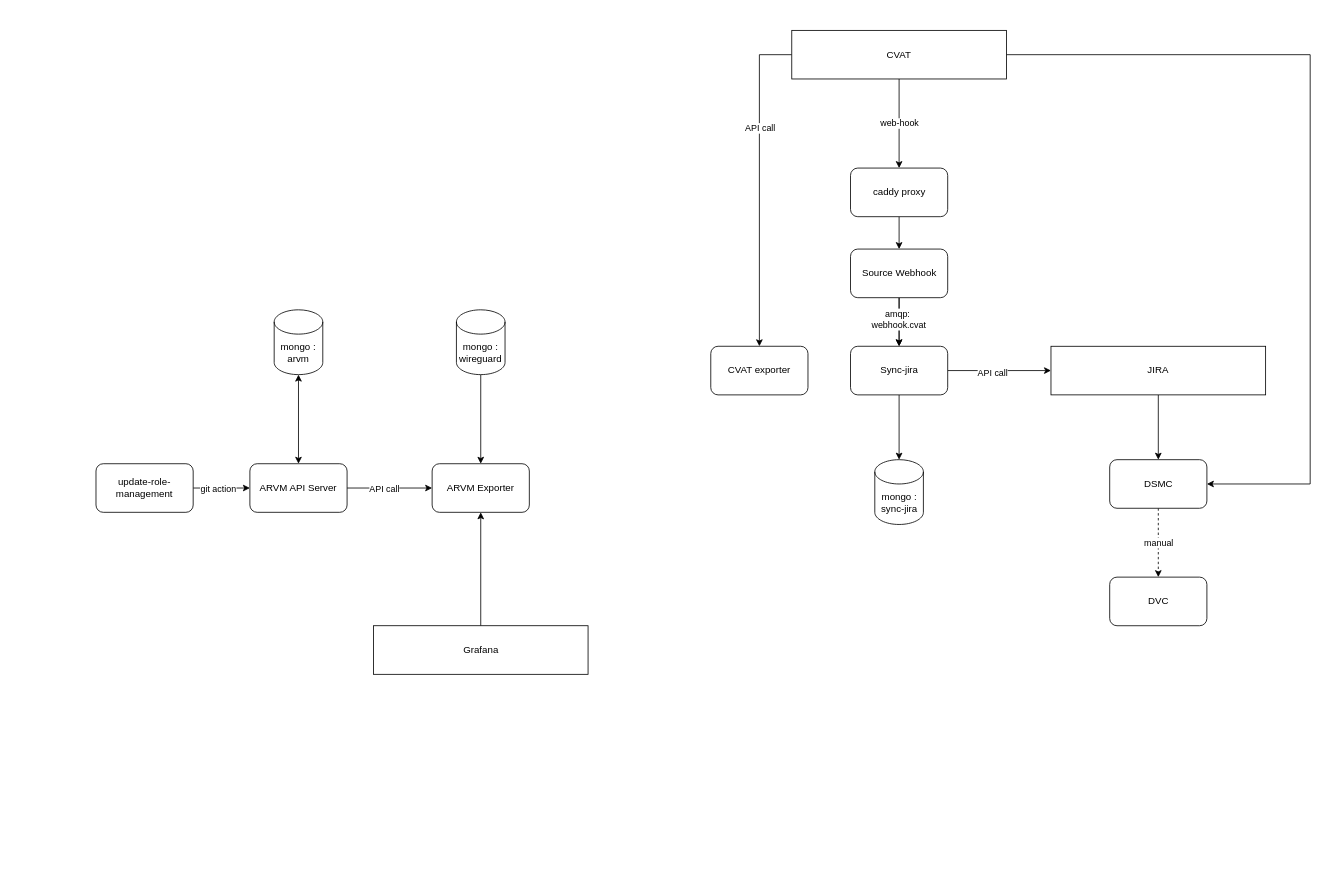
The draw.io diagram page "Page-1" (1 of 2) of Untitled Diagram.drawio in ChanYoungHan/EX.Materials, before the edit. Source tidied: cells renumbered, new cells numbered last; positions are measured from the earlier drawing's top-left corner, leaving out a move shared by most shapes. Both pictures are drawn from the tidied source at 81%, with x=0, y=0 at pixel (96, 30).
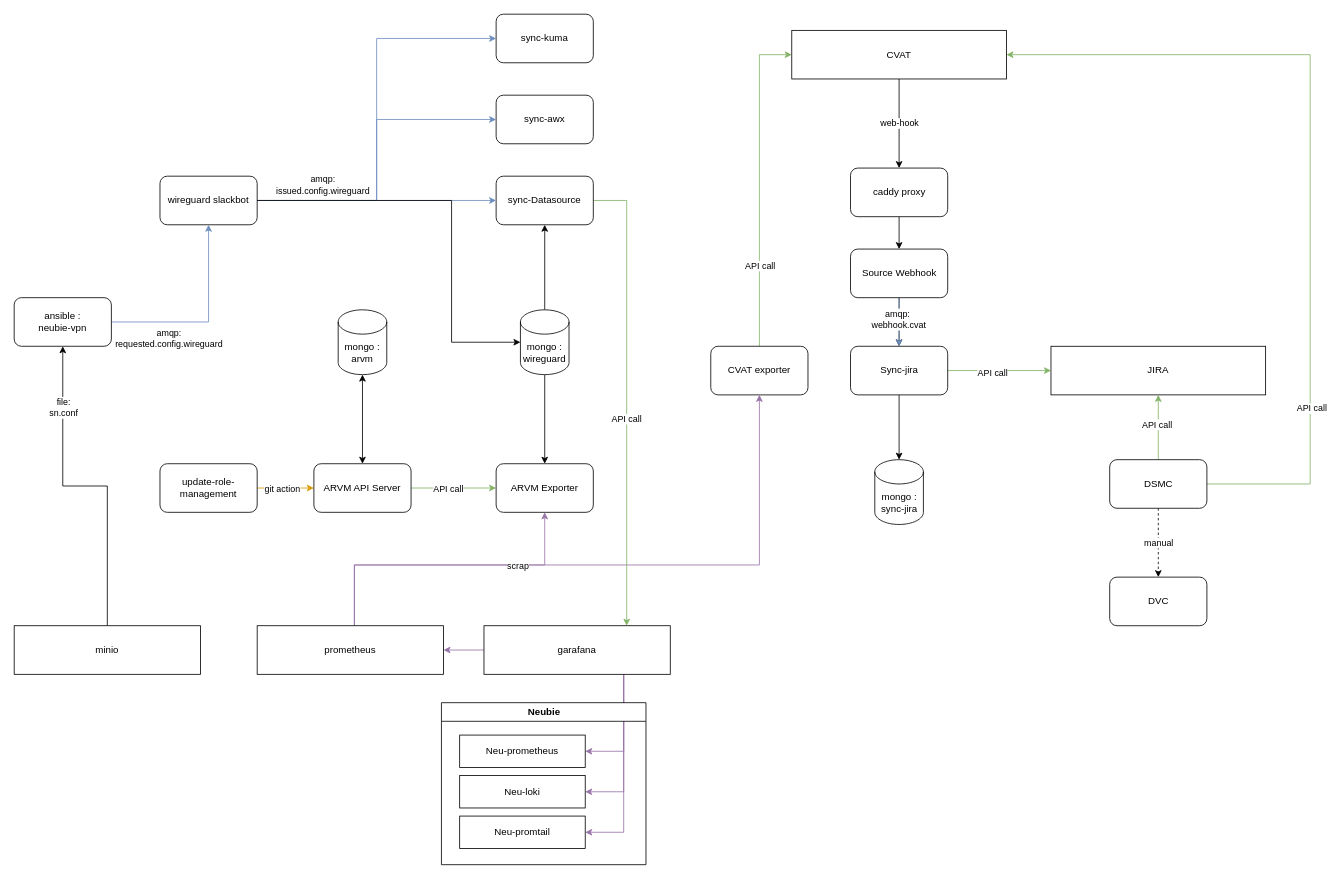
The same page after the edit.

The change refers to these unchanged cells:
```xml
<mxCell id="15" value="Source Webhook" style="rounded=1;whiteSpace=wrap;html=1;" parent="1" vertex="1">
  <mxGeometry x="931.5" y="270" width="120" height="60" as="geometry" />
</mxCell>
<mxCell id="21" value="Sync-jira" style="rounded=1;whiteSpace=wrap;html=1;" parent="1" vertex="1">
  <mxGeometry x="931.5" y="390" width="120" height="60" as="geometry" />
</mxCell>
<mxCell id="26" value="CVAT" style="rounded=0;whiteSpace=wrap;html=1;" parent="1" vertex="1">
  <mxGeometry x="859" width="265" height="60" as="geometry" />
</mxCell>
<mxCell id="32" value="JIRA" style="rounded=0;whiteSpace=wrap;html=1;" parent="1" vertex="1">
  <mxGeometry x="1179" y="390" width="265" height="60" as="geometry" />
</mxCell>
<mxCell id="34" value="DSMC" style="rounded=1;whiteSpace=wrap;html=1;" parent="1" vertex="1">
  <mxGeometry x="1251.5" y="530" width="120" height="60" as="geometry" />
</mxCell>
<mxCell id="36" value="CVAT exporter" style="rounded=1;whiteSpace=wrap;html=1;" parent="1" vertex="1">
  <mxGeometry x="759" y="390" width="120" height="60" as="geometry" />
</mxCell>
```

What changed in the source:
```diff
@@
-    <mxCell id="2" style="edgeStyle=orthogonalEdgeStyle;rounded=0;jettySize=auto;html=1;" parent="1" edge="1" source="4" target="7">
+    <mxCell id="2" style="edgeStyle=orthogonalEdgeStyle;rounded=0;jettySize=auto;html=1;fillColor=#d5e8d4;strokeColor=#82b366;" parent="1" edge="1" source="4" target="7">
       <mxGeometry relative="1" as="geometry" />
     </mxCell>
@@
     <mxCell id="4" value="ARVM API Server" style="rounded=1;whiteSpace=wrap;html=1;" parent="1" vertex="1">
-      <mxGeometry x="190" y="535" width="120" height="60" as="geometry" />
+      <mxGeometry x="269" y="535" width="120" height="60" as="geometry" />
     </mxCell>
@@
     <mxCell id="6" value="mongo : arvm" style="shape=cylinder3;whiteSpace=wrap;html=1;boundedLbl=1;backgroundOutline=1;size=15;" parent="1" vertex="1">
-      <mxGeometry x="220" y="345" width="60" height="80" as="geometry" />
+      <mxGeometry x="299" y="345" width="60" height="80" as="geometry" />
     </mxCell>
     <mxCell id="7" value="ARVM Exporter" style="rounded=1;whiteSpace=wrap;html=1;" parent="1" vertex="1">
-      <mxGeometry x="415" y="535" width="120" height="60" as="geometry" />
+      <mxGeometry x="494" y="535" width="120" height="60" as="geometry" />
     </mxCell>
@@
+    <mxCell id="37" style="edgeStyle=orthogonalEdgeStyle;rounded=0;jettySize=auto;html=1;" parent="1" edge="1" source="9" target="44">
+      <mxGeometry relative="1" as="geometry" />
+    </mxCell>
     <mxCell id="9" value="mongo : wireguard" style="shape=cylinder3;whiteSpace=wrap;html=1;boundedLbl=1;backgroundOutline=1;size=15;" parent="1" vertex="1">
-      <mxGeometry x="445" y="345" width="60" height="80" as="geometry" />
+      <mxGeometry x="524" y="345" width="60" height="80" as="geometry" />
     </mxCell>
+    <mxCell id="38" style="edgeStyle=orthogonalEdgeStyle;rounded=0;jettySize=auto;html=1;entryX=0.5;entryY=1;entryDx=0;entryDy=0;fillColor=#e1d5e7;strokeColor=#9673a6;" parent="1" edge="1" source="11" target="36">
+      <mxGeometry relative="1" as="geometry">
+        <Array as="points">
+          <mxPoint x="319" y="660" />
+          <mxPoint x="819" y="660" />
+        </Array>
+      </mxGeometry>
+    </mxCell>
-    <mxCell id="10" style="edgeStyle=orthogonalEdgeStyle;rounded=0;jettySize=auto;html=1;" parent="1" edge="1" source="11" target="7">
-      <mxGeometry relative="1" as="geometry" />
+    <mxCell id="10" style="edgeStyle=orthogonalEdgeStyle;rounded=0;jettySize=auto;html=1;entryX=0.5;entryY=1;entryDx=0;entryDy=0;fillColor=#e1d5e7;strokeColor=#9673a6;" parent="1" edge="1" source="11" target="7">
+      <mxGeometry relative="1" as="geometry">
+        <Array as="points">
+          <mxPoint x="319" y="660" />
+          <mxPoint x="554" y="660" />
+        </Array>
+      </mxGeometry>
     </mxCell>
+    <mxCell id="39" value="scrap" style="edgeLabel;html=1;align=center;verticalAlign=middle;" parent="10" vertex="1">
+      <mxGeometry x="0.47" relative="1" as="geometry" />
+    </mxCell>
-    <mxCell id="11" value="Grafana" style="rounded=0;whiteSpace=wrap;html=1;" parent="1" vertex="1">
-      <mxGeometry x="342.5" y="735" width="265" height="60" as="geometry" />
+    <mxCell id="11" value="prometheus" style="rounded=0;whiteSpace=wrap;html=1;" parent="1" vertex="1">
+      <mxGeometry x="199" y="735" width="230" height="60" as="geometry" />
     </mxCell>
@@
-    <mxCell id="13" style="edgeStyle=orthogonalEdgeStyle;rounded=0;jettySize=auto;html=1;" parent="1" edge="1" source="15" target="21">
+    <mxCell id="13" style="edgeStyle=orthogonalEdgeStyle;rounded=0;jettySize=auto;html=1;fillColor=#dae8fc;strokeColor=#6c8ebf;" parent="1" edge="1" source="15" target="21">
       <mxGeometry relative="1" as="geometry" />
     </mxCell>
@@
-    <mxCell id="19" style="edgeStyle=orthogonalEdgeStyle;rounded=0;jettySize=auto;html=1;" parent="1" edge="1" source="21" target="32">
+    <mxCell id="19" style="edgeStyle=orthogonalEdgeStyle;rounded=0;jettySize=auto;html=1;fillColor=#d5e8d4;strokeColor=#82b366;" parent="1" edge="1" source="21" target="32">
       <mxGeometry relative="1" as="geometry" />
     </mxCell>
@@
-    <mxCell id="23" style="edgeStyle=orthogonalEdgeStyle;rounded=0;jettySize=auto;html=1;exitX=1;exitY=0.5;exitDx=0;exitDy=0;entryX=1;entryY=0.5;entryDx=0;entryDy=0;" parent="1" edge="1" source="26" target="34">
+    <mxCell id="23" style="edgeStyle=orthogonalEdgeStyle;rounded=0;jettySize=auto;html=1;exitX=1;exitY=0.5;exitDx=0;exitDy=0;entryX=1;entryY=0.5;entryDx=0;entryDy=0;startArrow=classic;startFill=1;endArrow=none;endFill=0;fillColor=#d5e8d4;strokeColor=#82b366;" parent="1" edge="1" source="26" target="34">
       <mxGeometry relative="1" as="geometry">
         <Array as="points">
           <mxPoint x="1499" y="30" />
           <mxPoint x="1499" y="560" />
         </Array>
       </mxGeometry>
     </mxCell>
+    <mxCell id="40" value="API call" style="edgeLabel;html=1;align=center;verticalAlign=middle;" parent="23" vertex="1">
+      <mxGeometry x="0.57" y="1" relative="1" as="geometry" />
+    </mxCell>
-    <mxCell id="24" style="edgeStyle=orthogonalEdgeStyle;rounded=0;jettySize=auto;html=1;exitX=0;exitY=0.5;exitDx=0;exitDy=0;" parent="1" edge="1" source="26" target="36">
+    <mxCell id="24" style="edgeStyle=orthogonalEdgeStyle;rounded=0;jettySize=auto;html=1;exitX=0;exitY=0.5;exitDx=0;exitDy=0;fillColor=#d5e8d4;strokeColor=#82b366;startArrow=classic;startFill=1;endArrow=none;endFill=0;" parent="1" edge="1" source="26" target="36">
       <mxGeometry relative="1" as="geometry" />
     </mxCell>
     <mxCell id="25" value="API call" style="edgeLabel;html=1;align=center;verticalAlign=middle;" parent="24" vertex="1">
       <mxGeometry x="0.28" y="1" relative="1" as="geometry">
-        <mxPoint x="-1" y="-126" as="offset" />
+        <mxPoint x="-1" y="44" as="offset" />
       </mxGeometry>
     </mxCell>
@@
-    <mxCell id="28" style="edgeStyle=orthogonalEdgeStyle;rounded=0;jettySize=auto;html=1;" parent="1" edge="1" source="30" target="4">
+    <mxCell id="28" style="edgeStyle=orthogonalEdgeStyle;rounded=0;jettySize=auto;html=1;fillColor=#ffe6cc;strokeColor=#d79b00;" parent="1" edge="1" source="30" target="4">
       <mxGeometry relative="1" as="geometry" />
     </mxCell>
@@
     <mxCell id="30" value="update-role-management" style="rounded=1;whiteSpace=wrap;html=1;" parent="1" vertex="1">
-      <mxGeometry y="535" width="120" height="60" as="geometry" />
+      <mxGeometry x="79" y="535" width="120" height="60" as="geometry" />
     </mxCell>
-    <mxCell id="31" style="edgeStyle=orthogonalEdgeStyle;rounded=0;jettySize=auto;html=1;" parent="1" edge="1" source="32" target="34">
+    <mxCell id="31" style="edgeStyle=orthogonalEdgeStyle;rounded=0;jettySize=auto;html=1;startArrow=classic;startFill=1;endArrow=none;endFill=0;fillColor=#d5e8d4;strokeColor=#82b366;" parent="1" edge="1" source="32" target="34">
       <mxGeometry relative="1" as="geometry" />
     </mxCell>
+    <mxCell id="41" value="API call" style="edgeLabel;html=1;align=center;verticalAlign=middle;" parent="31" vertex="1">
+      <mxGeometry x="-0.09" y="-2" relative="1" as="geometry" />
+    </mxCell>
@@
+    <mxCell id="42" style="edgeStyle=orthogonalEdgeStyle;rounded=0;jettySize=auto;html=1;entryX=0.75;entryY=0;entryDx=0;entryDy=0;exitX=1;exitY=0.5;exitDx=0;exitDy=0;fillColor=#d5e8d4;strokeColor=#82b366;" parent="1" edge="1" source="44">
+      <mxGeometry relative="1" as="geometry">
+        <mxPoint x="655.2" y="735" as="targetPoint" />
+        <Array as="points">
+          <mxPoint x="655" y="210" />
+        </Array>
+      </mxGeometry>
+    </mxCell>
+    <mxCell id="43" value="API call" style="edgeLabel;html=1;align=center;verticalAlign=middle;" parent="42" vertex="1">
+      <mxGeometry x="0.1" y="-1" relative="1" as="geometry" />
+    </mxCell>
+    <mxCell id="44" value="sync-Datasource" style="rounded=1;whiteSpace=wrap;html=1;" parent="1" vertex="1">
+      <mxGeometry x="494" y="180" width="120" height="60" as="geometry" />
+    </mxCell>
+    <mxCell id="45" style="edgeStyle=orthogonalEdgeStyle;rounded=0;jettySize=auto;html=1;fillColor=#dae8fc;strokeColor=#6c8ebf;" parent="1" edge="1" source="49" target="44">
+      <mxGeometry relative="1" as="geometry" />
+    </mxCell>
+    <mxCell id="46" value="amqp:&lt;br&gt;issued.config.wireguard" style="edgeLabel;html=1;align=center;verticalAlign=middle;" parent="45" vertex="1">
+      <mxGeometry x="-0.05" y="-4" relative="1" as="geometry">
+        <mxPoint x="-60" y="-24" as="offset" />
+      </mxGeometry>
+    </mxCell>
+    <mxCell id="47" style="edgeStyle=orthogonalEdgeStyle;rounded=0;jettySize=auto;html=1;entryX=0;entryY=0.5;entryDx=0;entryDy=0;fillColor=#dae8fc;strokeColor=#6c8ebf;" parent="1" edge="1" source="49" target="53">
+      <mxGeometry relative="1" as="geometry" />
+    </mxCell>
+    <mxCell id="48" style="edgeStyle=orthogonalEdgeStyle;rounded=0;jettySize=auto;html=1;entryX=0;entryY=0.5;entryDx=0;entryDy=0;fillColor=#dae8fc;strokeColor=#6c8ebf;" parent="1" edge="1" source="49" target="54">
+      <mxGeometry relative="1" as="geometry" />
+    </mxCell>
+    <mxCell id="49" value="wireguard slackbot" style="rounded=1;whiteSpace=wrap;html=1;" parent="1" vertex="1">
+      <mxGeometry x="79" y="180" width="120" height="60" as="geometry" />
+    </mxCell>
+    <mxCell id="50" style="edgeStyle=orthogonalEdgeStyle;rounded=0;jettySize=auto;html=1;entryX=0.5;entryY=1;entryDx=0;entryDy=0;fillColor=#dae8fc;strokeColor=#6c8ebf;" parent="1" edge="1" source="52" target="49">
+      <mxGeometry relative="1" as="geometry" />
+    </mxCell>
+    <mxCell id="51" value="amqp:&lt;br&gt;requested.config.wireguard" style="edgeLabel;html=1;align=center;verticalAlign=middle;" parent="50" vertex="1">
+      <mxGeometry x="-0.13" y="2" relative="1" as="geometry">
+        <mxPoint x="-34" y="22" as="offset" />
+      </mxGeometry>
+    </mxCell>
+    <mxCell id="52" value="ansible :&lt;br&gt;neubie-vpn" style="rounded=1;whiteSpace=wrap;html=1;" parent="1" vertex="1">
+      <mxGeometry x="-101" y="330" width="120" height="60" as="geometry" />
+    </mxCell>
+    <mxCell id="53" value="sync-awx" style="rounded=1;whiteSpace=wrap;html=1;" parent="1" vertex="1">
+      <mxGeometry x="494" y="80" width="120" height="60" as="geometry" />
+    </mxCell>
+    <mxCell id="54" value="sync-kuma" style="rounded=1;whiteSpace=wrap;html=1;" parent="1" vertex="1">
+      <mxGeometry x="494" y="-20" width="120" height="60" as="geometry" />
+    </mxCell>
+    <mxCell id="55" style="edgeStyle=orthogonalEdgeStyle;rounded=0;jettySize=auto;html=1;entryX=0;entryY=0.5;entryDx=0;entryDy=0;entryPerimeter=0;" parent="1" edge="1" source="49" target="9">
+      <mxGeometry relative="1" as="geometry">
+        <Array as="points">
+          <mxPoint x="439" y="210" />
+          <mxPoint x="439" y="385" />
+        </Array>
+      </mxGeometry>
+    </mxCell>
+    <mxCell id="56" style="edgeStyle=orthogonalEdgeStyle;rounded=0;jettySize=auto;html=1;entryX=0.5;entryY=1;entryDx=0;entryDy=0;" parent="1" edge="1" source="58" target="52">
+      <mxGeometry relative="1" as="geometry" />
+    </mxCell>
+    <mxCell id="57" value="file:&lt;br&gt;sn.conf" style="edgeLabel;html=1;align=center;verticalAlign=middle;" parent="56" vertex="1">
+      <mxGeometry x="0.43" y="4" relative="1" as="geometry">
+        <mxPoint x="4" y="-39" as="offset" />
+      </mxGeometry>
+    </mxCell>
+    <mxCell id="58" value="minio" style="rounded=0;whiteSpace=wrap;html=1;" parent="1" vertex="1">
+      <mxGeometry x="-101" y="735" width="230" height="60" as="geometry" />
+    </mxCell>
+    <mxCell id="59" style="edgeStyle=orthogonalEdgeStyle;rounded=0;jettySize=auto;html=1;fillColor=#e1d5e7;strokeColor=#9673a6;" parent="1" edge="1" source="63" target="11">
+      <mxGeometry relative="1" as="geometry" />
+    </mxCell>
+    <mxCell id="60" style="edgeStyle=orthogonalEdgeStyle;rounded=0;jettySize=auto;html=1;entryX=1;entryY=0.5;entryDx=0;entryDy=0;exitX=0.75;exitY=1;exitDx=0;exitDy=0;fillColor=#e1d5e7;strokeColor=#9673a6;" parent="1" edge="1" source="63" target="65">
+      <mxGeometry relative="1" as="geometry" />
+    </mxCell>
+    <mxCell id="61" style="edgeStyle=orthogonalEdgeStyle;rounded=0;jettySize=auto;html=1;exitX=0.75;exitY=1;exitDx=0;exitDy=0;entryX=1;entryY=0.5;entryDx=0;entryDy=0;fillColor=#e1d5e7;strokeColor=#9673a6;" parent="1" edge="1" source="63" target="66">
+      <mxGeometry relative="1" as="geometry" />
+    </mxCell>
+    <mxCell id="62" style="edgeStyle=orthogonalEdgeStyle;rounded=0;jettySize=auto;html=1;exitX=0.75;exitY=1;exitDx=0;exitDy=0;entryX=1;entryY=0.5;entryDx=0;entryDy=0;fillColor=#e1d5e7;strokeColor=#9673a6;" parent="1" edge="1" source="63" target="67">
+      <mxGeometry relative="1" as="geometry" />
+    </mxCell>
+    <mxCell id="63" value="garafana" style="rounded=0;whiteSpace=wrap;html=1;" parent="1" vertex="1">
+      <mxGeometry x="479" y="735" width="230" height="60" as="geometry" />
+    </mxCell>
+    <mxCell id="64" value="Neubie" style="swimlane;whiteSpace=wrap;html=1;" parent="1" vertex="1">
+      <mxGeometry x="426.5" y="830" width="252.5" height="200" as="geometry" />
+    </mxCell>
+    <mxCell id="65" value="Neu-prometheus" style="rounded=0;whiteSpace=wrap;html=1;" parent="64" vertex="1">
+      <mxGeometry x="22.5" y="40" width="155" height="40" as="geometry" />
+    </mxCell>
+    <mxCell id="66" value="Neu-loki" style="rounded=0;whiteSpace=wrap;html=1;" parent="64" vertex="1">
+      <mxGeometry x="22.5" y="90" width="155" height="40" as="geometry" />
+    </mxCell>
+    <mxCell id="67" value="Neu-promtail" style="rounded=0;whiteSpace=wrap;html=1;" parent="64" vertex="1">
+      <mxGeometry x="22.5" y="140" width="155" height="40" as="geometry" />
+    </mxCell>
```
